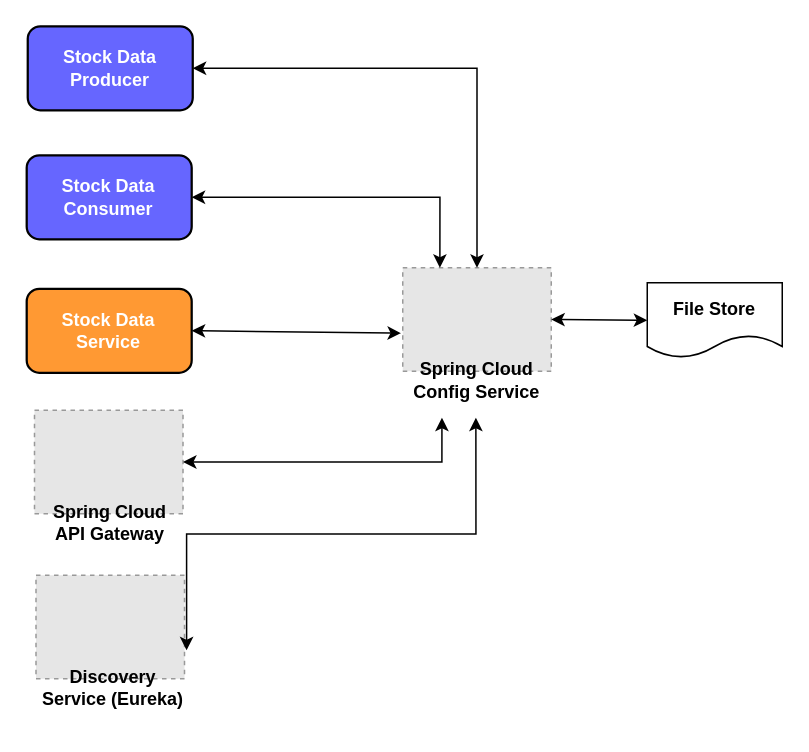
The draw.io diagram documentation/images/config-service-overview.drawio in anguslcc/stock-app, before the edit. Source tidied: cells renumbered, new cells numbered last; positions are measured from the earlier drawing's top-left corner, leaving out a move shared by most shapes. Both pictures are drawn from the tidied source at 150%, with x=0, y=0 at pixel (26, 26). Pictures stored in the file or linked from it are replaced by grey dashed boxes.
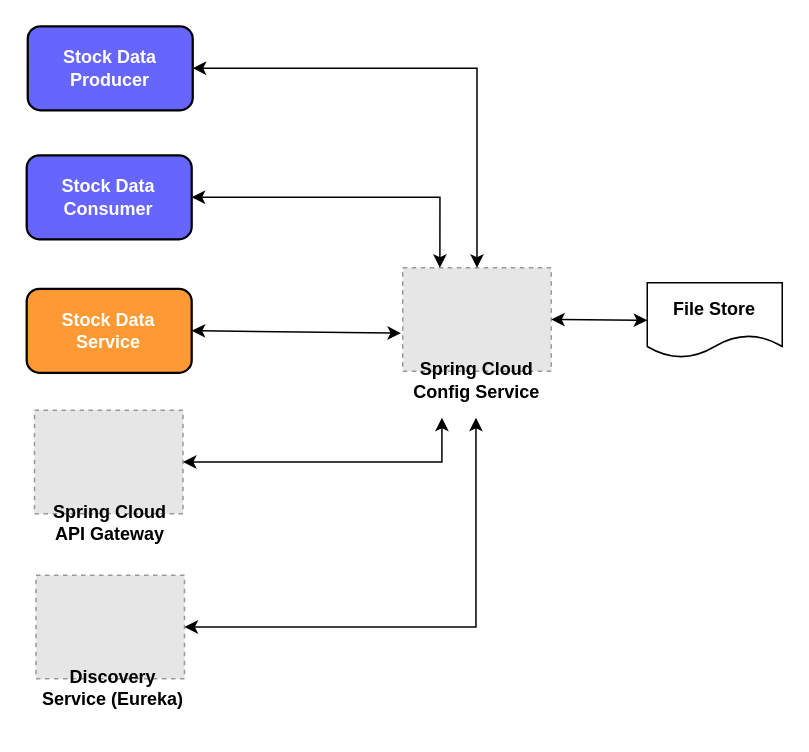
The same diagram, later.

The change refers to these unchanged cells:
```xml
<mxCell id="7" value="&lt;b&gt;Spring Cloud Config Service&lt;/b&gt;" style="text;strokeColor=none;align=center;fillColor=none;html=1;verticalAlign=middle;whiteSpace=wrap;rounded=0;" parent="5" vertex="1">
  <mxGeometry x="3.5" y="50" width="90.5" height="50" as="geometry" />
</mxCell>
<mxCell id="12" style="fillColor=#E6E6E6;strokeColor=#999999;dashed=1;verticalLabelPosition=bottom;labelBackgroundColor=default;verticalAlign=top;" parent="11" vertex="1">
  <mxGeometry width="99" height="69" as="geometry" />
</mxCell>
<mxCell id="13" value="&lt;b&gt;Discovery Service (Eureka)&lt;/b&gt;" style="text;strokeColor=none;align=center;fillColor=none;html=1;verticalAlign=middle;whiteSpace=wrap;rounded=0;" parent="11" vertex="1">
  <mxGeometry x="2.6" y="50" width="97.8" height="50" as="geometry" />
</mxCell>
```

Diff of the diagram source:
```diff
@@
-    <mxCell id="18" style="endArrow=classic;startArrow=classic;html=1;rounded=0;exitX=1;exitY=0;exitDx=0;exitDy=0;entryX=0.5;entryY=1;entryDx=0;entryDy=0;edgeStyle=orthogonalEdgeStyle;" parent="1" edge="1" source="13" target="7">
+    <mxCell id="18" style="endArrow=classic;startArrow=classic;html=1;rounded=0;exitX=1;exitY=0.5;exitDx=0;exitDy=0;edgeStyle=orthogonalEdgeStyle;" parent="1" edge="1" source="12" target="7">
       <mxGeometry relative="1" as="geometry" />
     </mxCell>
```
